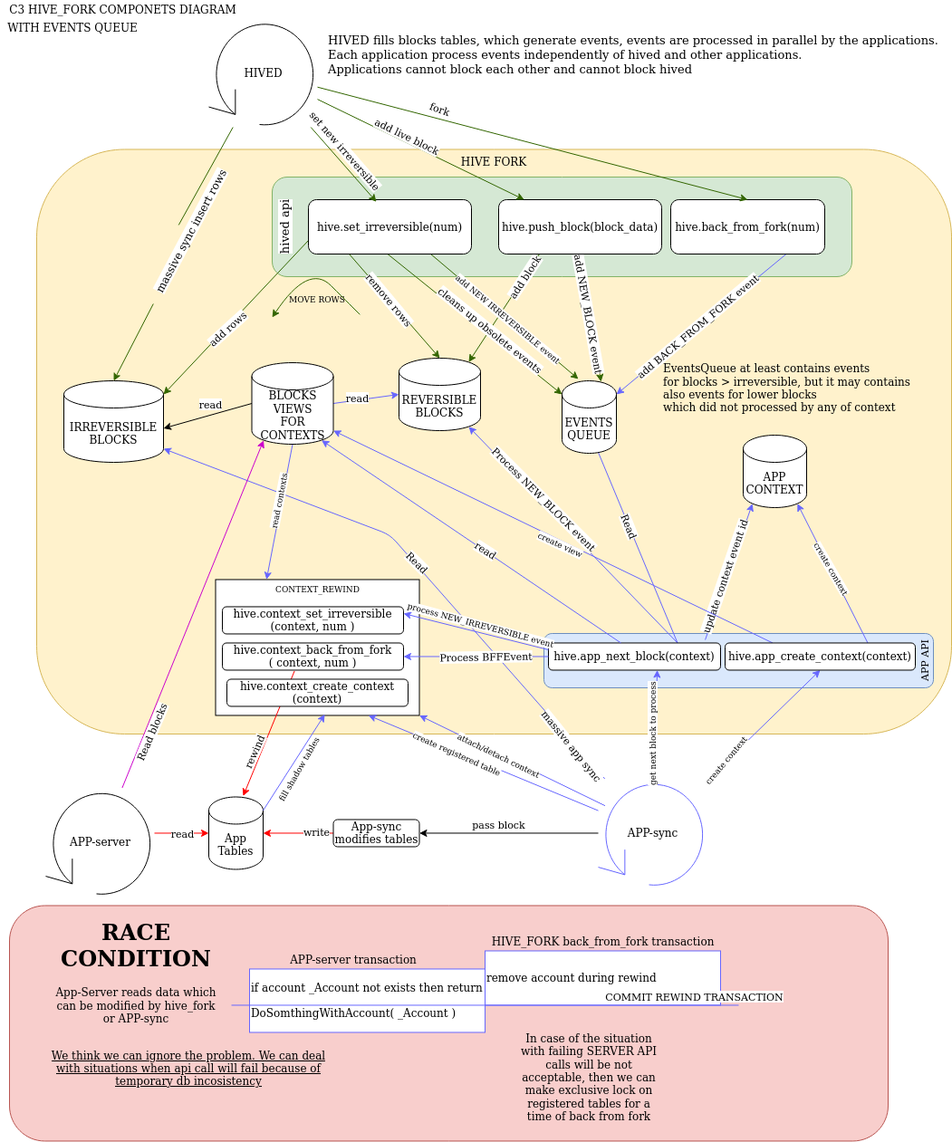
This is doc/evq_c3.png from openhive-network/HAfAH, a draw.io export, as it was before one commit. Source tidied: cells renumbered, new cells last; positions are measured from the earlier drawing's top-left corner, leaving out a move shared by most shapes.
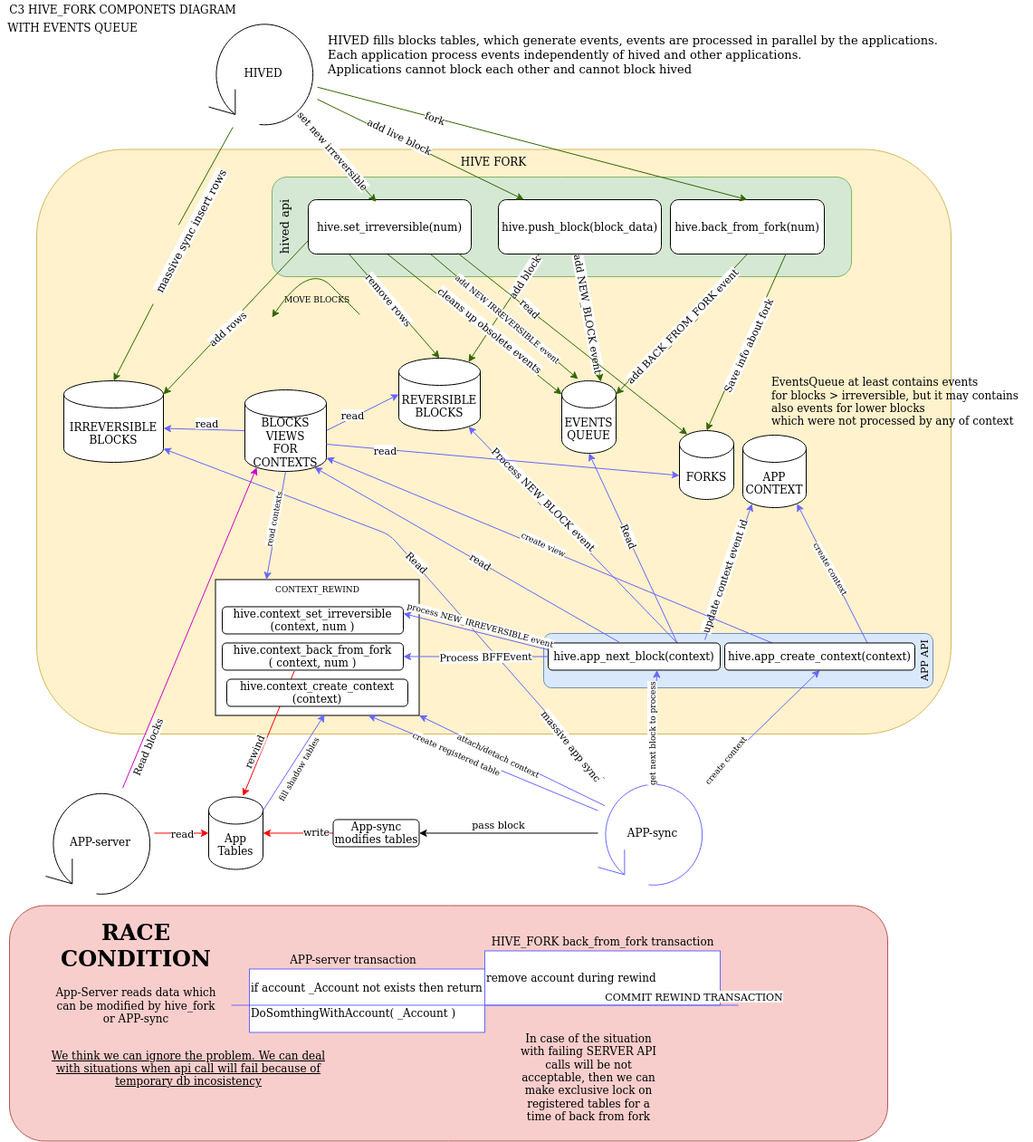
Above is the later version.

The edit, as a diff of the source:
```diff
@@ -8,7 +8,7 @@
     <mxCell id="3" value="&lt;div&gt;APP API&lt;br&gt;&lt;/div&gt;" style="rounded=1;whiteSpace=wrap;html=1;labelBackgroundColor=none;fontSize=11;align=center;horizontal=0;verticalAlign=bottom;fillColor=#dae8fc;strokeColor=#6c8ebf;" parent="1" vertex="1">
       <mxGeometry x="600" y="699" width="430" height="60" as="geometry" />
     </mxCell>
-    <mxCell id="4" value="&lt;div&gt;hived api&lt;br&gt;&lt;/div&gt;" style="rounded=1;whiteSpace=wrap;html=1;labelBackgroundColor=#ffffff;fontSize=13;align=center;horizontal=0;verticalAlign=top;fillColor=#d5e8d4;strokeColor=#82b366;" parent="1" vertex="1">
+    <mxCell id="4" value="&lt;div&gt;hived api&lt;br&gt;&lt;/div&gt;" style="rounded=1;whiteSpace=wrap;html=1;labelBackgroundColor=none;fontSize=13;align=center;horizontal=0;verticalAlign=top;fillColor=#d5e8d4;strokeColor=#82b366;" parent="1" vertex="1">
       <mxGeometry x="300" y="195" width="640" height="110" as="geometry" />
     </mxCell>
     <mxCell id="5" style="rounded=1;whiteSpace=wrap;html=1;labelBackgroundColor=none;strokeColor=#b85450;align=left;fillColor=#f8cecc;" parent="1" vertex="1">
@@ -47,13 +47,13 @@
     </mxCell>
     <mxCell id="15" value="add live block" style="edgeLabel;html=1;align=center;verticalAlign=middle;rotation=26;" parent="14" vertex="1">
       <mxGeometry x="-0.15" y="3" relative="1" as="geometry">
-        <mxPoint y="-4" as="offset" />
+        <mxPoint x="-8" y="-4" as="offset" />
       </mxGeometry>
     </mxCell>
-    <mxCell id="16" style="edgeStyle=none;rounded=0;jettySize=auto;html=1;exitX=0.75;exitY=1;exitDx=0;exitDy=0;entryX=1;entryY=0;entryDx=0;entryDy=15;entryPerimeter=0;fontSize=11;fontColor=#000000;strokeColor=#6666FF;" parent="1" edge="1" source="18" target="43">
+    <mxCell id="16" style="edgeStyle=none;rounded=0;jettySize=auto;html=1;exitX=0.5;exitY=1;exitDx=0;exitDy=0;entryX=1;entryY=0;entryDx=0;entryDy=15;entryPerimeter=0;fontSize=11;fontColor=#000000;strokeColor=#336600;" parent="1" edge="1" source="18" target="43">
       <mxGeometry relative="1" as="geometry" />
     </mxCell>
-    <mxCell id="17" value="add BACK_FROM_FORK event" style="edgeLabel;html=1;align=center;verticalAlign=middle;fontSize=11;fontColor=#000000;rotation=320;" parent="16" vertex="1">
+    <mxCell id="17" value="add BACK_FROM_FORK event" style="edgeLabel;html=1;align=center;verticalAlign=middle;fontSize=11;fontColor=#000000;rotation=314;" parent="16" vertex="1">
       <mxGeometry x="0.17" y="-1" relative="1" as="geometry">
         <mxPoint x="13" y="-10" as="offset" />
       </mxGeometry>
@@ -66,7 +66,7 @@
     </mxCell>
     <mxCell id="20" value="fork" style="edgeLabel;html=1;align=center;verticalAlign=middle;rotation=20;" parent="19" vertex="1">
       <mxGeometry x="-0.42" y="1" relative="1" as="geometry">
-        <mxPoint x="-3" y="-11" as="offset" />
+        <mxPoint x="-8" y="-1" as="offset" />
       </mxGeometry>
     </mxCell>
     <mxCell id="21" style="endArrow=classic;html=1;strokeColor=#6666FF;entryX=1;entryY=1;entryDx=0;entryDy=-15;entryPerimeter=0;" parent="1" edge="1" source="7" target="24">
@@ -89,10 +89,8 @@
     <mxCell id="24" value="&lt;div&gt;IRREVERSIBLE&lt;br&gt;&lt;/div&gt;&lt;div&gt;BLOCKS&lt;/div&gt;" style="shape=cylinder3;whiteSpace=wrap;html=1;boundedLbl=1;backgroundOutline=1;size=15;" parent="1" vertex="1">
       <mxGeometry x="70" y="420" width="110" height="90" as="geometry" />
     </mxCell>
-    <mxCell id="25" style="endArrow=classic;html=1;fontColor=#000000;entryX=0.5;entryY=1;entryDx=0;entryDy=0;entryPerimeter=0;exitX=0.75;exitY=0;exitDx=0;exitDy=0;strokeColor=#6666FF;" parent="1" edge="1" source="51">
-      <mxGeometry relative="1" as="geometry">
-        <mxPoint x="650" y="475" as="targetPoint" />
-      </mxGeometry>
+    <mxCell id="25" style="endArrow=classic;html=1;fontColor=#000000;entryX=0.5;entryY=1;entryDx=0;entryDy=0;entryPerimeter=0;exitX=0.75;exitY=0;exitDx=0;exitDy=0;strokeColor=#6666FF;" parent="1" edge="1" source="51" target="43">
+      <mxGeometry relative="1" as="geometry" />
     </mxCell>
     <mxCell id="26" value="Read" style="edgeLabel;html=1;align=center;verticalAlign=middle;fontColor=#000000;rotation=68;" parent="25" vertex="1">
       <mxGeometry x="-0.12" y="1" relative="1" as="geometry">
@@ -139,7 +137,7 @@
     </mxCell>
     <mxCell id="37" value="set new irreversible" style="edgeLabel;html=1;align=center;verticalAlign=middle;rotation=49;" parent="36" vertex="1">
       <mxGeometry x="-0.37" y="1" relative="1" as="geometry">
-        <mxPoint x="15" as="offset" />
+        <mxPoint x="2" as="offset" />
       </mxGeometry>
     </mxCell>
     <mxCell id="38" value="APP-server" style="shape=mxgraph.bpmn.loop;html=1;outlineConnect=0;" parent="1" vertex="1">
@@ -201,7 +199,7 @@
     </mxCell>
     <mxCell id="53" value="read" style="edgeLabel;html=1;align=center;verticalAlign=middle;fontColor=#000000;rotation=33;" parent="52" vertex="1">
       <mxGeometry x="-0.27" y="1" relative="1" as="geometry">
-        <mxPoint x="-29" y="-23" as="offset" />
+        <mxPoint x="-31" y="-20" as="offset" />
       </mxGeometry>
     </mxCell>
     <mxCell id="54" style="endArrow=classic;html=1;fontColor=#000000;entryX=0.632;entryY=1;entryDx=0;entryDy=0;entryPerimeter=0;strokeColor=#6666FF;" parent="1" edge="1" source="7" target="51">
@@ -259,8 +257,8 @@
         <mxPoint x="785" y="1104.5" as="targetPoint" />
       </mxGeometry>
     </mxCell>
-    <mxCell id="69" value="&lt;div align=&quot;left&quot;&gt;EventsQueue at least contains events&lt;/div&gt;&lt;div align=&quot;left&quot;&gt;for blocks &amp;gt; irreversible, but it may contains&lt;/div&gt;&lt;div align=&quot;left&quot;&gt;also events for lower blocks&lt;/div&gt;&lt;div align=&quot;left&quot;&gt;which did not processed by any of context&lt;br&gt;&lt;/div&gt;&lt;div align=&quot;left&quot;&gt;&lt;br&gt;&lt;/div&gt;" style="text;html=1;align=left;verticalAlign=middle;strokeColor=none;fontColor=#000000;" parent="1" vertex="1">
-      <mxGeometry x="730" y="395" width="290" height="80" as="geometry" />
+    <mxCell id="69" value="&lt;div align=&quot;left&quot;&gt;EventsQueue at least contains events&lt;/div&gt;&lt;div align=&quot;left&quot;&gt;for blocks &amp;gt; irreversible, but it may contains&lt;/div&gt;&lt;div align=&quot;left&quot;&gt;also events for lower blocks&lt;/div&gt;&lt;div align=&quot;left&quot;&gt;which were not processed by any of context&lt;br&gt;&lt;/div&gt;&lt;div align=&quot;left&quot;&gt;&lt;br&gt;&lt;/div&gt;" style="text;html=1;align=left;verticalAlign=middle;strokeColor=none;fontColor=#000000;" parent="1" vertex="1">
+      <mxGeometry x="850" y="410" width="290" height="80" as="geometry" />
     </mxCell>
     <mxCell id="70" value="We think we can ignore the problem. We can deal with situations when api call will fail because of temporary db incosistency" style="text;html=1;strokeColor=none;fillColor=none;align=center;verticalAlign=middle;whiteSpace=wrap;rounded=0;labelBackgroundColor=none;fontColor=#000000;fontStyle=4;" parent="1" vertex="1">
       <mxGeometry x="47.5" y="1169.5" width="320" height="20" as="geometry" />
@@ -274,7 +272,7 @@
     <mxCell id="73" value="read" style="edgeLabel;html=1;align=center;verticalAlign=middle;" parent="72" vertex="1">
       <mxGeometry x="-0.27" y="3" relative="1" as="geometry" />
     </mxCell>
-    <mxCell id="74" style="edgeStyle=none;rounded=0;jettySize=auto;html=1;exitX=0;exitY=0.5;exitDx=0;exitDy=0;exitPerimeter=0;entryX=1;entryY=0;entryDx=0;entryDy=52.5;entryPerimeter=0;" parent="1" edge="1" source="78" target="24">
+    <mxCell id="74" style="edgeStyle=none;rounded=0;jettySize=auto;html=1;exitX=0;exitY=0.5;exitDx=0;exitDy=0;exitPerimeter=0;entryX=1;entryY=0;entryDx=0;entryDy=52.5;entryPerimeter=0;strokeColor=#6666FF;" parent="1" edge="1" source="78" target="24">
       <mxGeometry relative="1" as="geometry" />
     </mxCell>
     <mxCell id="75" value="read" style="edgeLabel;html=1;align=center;verticalAlign=middle;" parent="74" vertex="1">
@@ -291,12 +289,12 @@
       </mxGeometry>
     </mxCell>
     <mxCell id="78" value="&lt;div&gt;BLOCKS&lt;/div&gt;&lt;div&gt;VIEWS&lt;/div&gt;&lt;div&gt;FOR CONTEXTS&lt;br&gt;&lt;/div&gt;" style="shape=cylinder3;whiteSpace=wrap;html=1;boundedLbl=1;backgroundOutline=1;size=15;" parent="1" vertex="1">
-      <mxGeometry x="277.5" y="400" width="90" height="90" as="geometry" />
+      <mxGeometry x="270" y="430" width="90" height="90" as="geometry" />
     </mxCell>
     <mxCell id="79" style="endArrow=classic;html=1;strokeColor=#336600;entryX=0.5;entryY=0;entryDx=0;entryDy=0;entryPerimeter=0;startArrow=none;" parent="1" edge="1" source="107" target="24">
       <mxGeometry relative="1" as="geometry" />
     </mxCell>
-    <mxCell id="80" value="MOVE ROWS" style="text;html=1;strokeColor=none;fillColor=none;align=center;verticalAlign=middle;whiteSpace=wrap;rounded=0;labelBackgroundColor=none;fontSize=9;" parent="1" vertex="1">
+    <mxCell id="80" value="MOVE BLOCKS" style="text;html=1;strokeColor=none;fillColor=none;align=center;verticalAlign=middle;whiteSpace=wrap;rounded=0;labelBackgroundColor=none;fontSize=9;" parent="1" vertex="1">
       <mxGeometry x="305" y="320" width="90" height="20" as="geometry" />
     </mxCell>
     <mxCell id="81" value="CONTEXT_REWIND" style="rounded=0;whiteSpace=wrap;html=1;labelBackgroundColor=none;fontSize=9;verticalAlign=top;" parent="1" vertex="1">
@@ -367,7 +365,7 @@
     </mxCell>
     <mxCell id="99" value="create view" style="edgeLabel;html=1;align=center;verticalAlign=middle;fontSize=9;fontColor=#000000;rotation=25;" parent="98" vertex="1">
       <mxGeometry x="0.11" relative="1" as="geometry">
-        <mxPoint x="34" y="21" as="offset" />
+        <mxPoint x="21" y="4" as="offset" />
       </mxGeometry>
     </mxCell>
     <mxCell id="100" value="hive.app_create_context(context)" style="rounded=1;whiteSpace=wrap;html=1;fontColor=#000000;align=center;" parent="1" vertex="1">
@@ -407,5 +405,28 @@
     <mxCell id="108" style="endArrow=none;html=1;strokeColor=#336600;entryX=0.5;entryY=0;entryDx=0;entryDy=0;entryPerimeter=0;" parent="1" edge="1" source="6" target="107">
       <mxGeometry relative="1" as="geometry" />
     </mxCell>
+    <mxCell id="109" value="FORKS" style="shape=cylinder3;whiteSpace=wrap;html=1;boundedLbl=1;backgroundOutline=1;size=15;" parent="1" vertex="1">
+      <mxGeometry x="750" y="475" width="60" height="76" as="geometry" />
+    </mxCell>
+    <mxCell id="110" style="endArrow=classic;html=1;exitX=0.75;exitY=1;exitDx=0;exitDy=0;entryX=0.5;entryY=0;entryDx=0;entryDy=0;entryPerimeter=0;strokeColor=#336600;" parent="1" edge="1" source="18" target="109">
+      <mxGeometry relative="1" as="geometry" />
+    </mxCell>
+    <mxCell id="111" value="Save info about fork" style="edgeLabel;html=1;align=center;verticalAlign=middle;rotation=-65;" parent="110" vertex="1">
+      <mxGeometry x="0.22" y="1" relative="1" as="geometry">
+        <mxPoint x="10" y="-17" as="offset" />
+      </mxGeometry>
+    </mxCell>
+    <mxCell id="112" style="endArrow=classic;html=1;strokeColor=#6666FF;entryX=0;entryY=0;entryDx=0;entryDy=49.5;entryPerimeter=0;exitX=1;exitY=0;exitDx=0;exitDy=60;exitPerimeter=0;" parent="1" edge="1" source="78" target="109">
+      <mxGeometry relative="1" as="geometry" />
+    </mxCell>
+    <mxCell id="113" value="read" style="edgeLabel;html=1;align=center;verticalAlign=middle;" parent="112" vertex="1">
+      <mxGeometry x="-0.67" y="-1" relative="1" as="geometry" />
+    </mxCell>
+    <mxCell id="114" style="endArrow=classic;html=1;entryX=0.145;entryY=0;entryDx=0;entryDy=4.35;entryPerimeter=0;exitX=0.917;exitY=0.983;exitDx=0;exitDy=0;strokeColor=#336600;exitPerimeter=0;" parent="1" edge="1" source="35" target="109">
+      <mxGeometry relative="1" as="geometry" />
+    </mxCell>
+    <mxCell id="115" value="read" style="edgeLabel;html=1;align=center;verticalAlign=middle;rotation=45;" parent="114" vertex="1">
+      <mxGeometry x="-0.38" y="2" relative="1" as="geometry" />
+    </mxCell>
   </root>
 </mxGraphModel>
```
